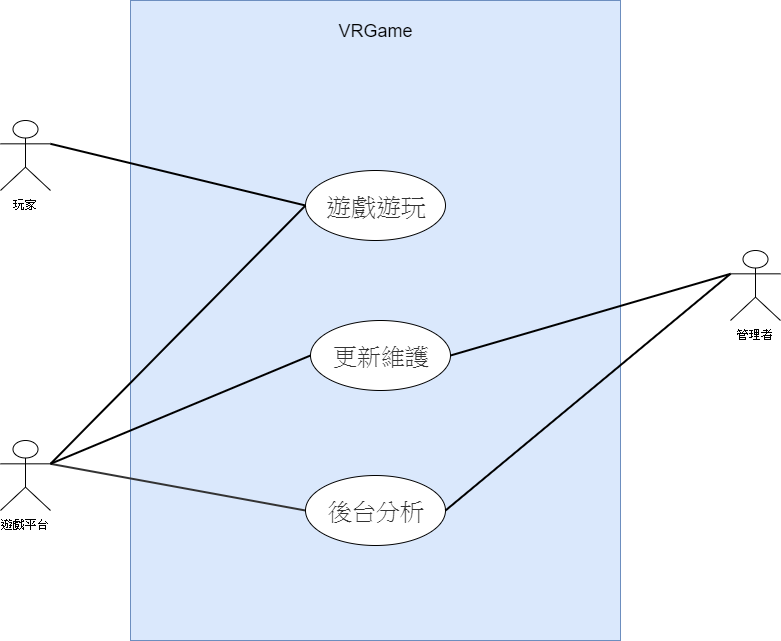
Above: 使用案例圖.png in 0624036/0624036_OO (draw.io), before the change. Source tidied: cells renumbered, new cells last; positions are measured from the earlier drawing's top-left corner, leaving out a move shared by most shapes.
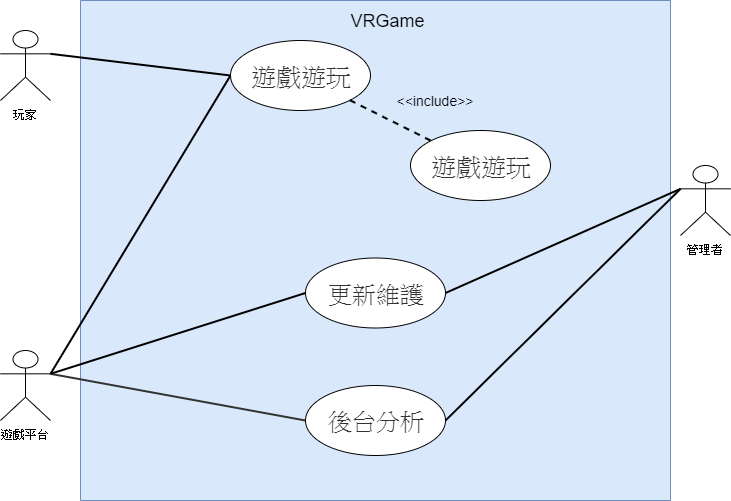
The same file after the commit.

Commit message:
All使用案例圖.png

Change to the diagram source:
```diff
@@ -2,11 +2,11 @@
   <root>
     <mxCell id="0" />
     <mxCell id="1" parent="0" />
-    <mxCell id="2" style="rounded=0;whiteSpace=wrap;html=1;fillColor=#dae8fc;strokeColor=#6c8ebf;align=center;" parent="1" vertex="1">
-      <mxGeometry x="130" width="490" height="640" as="geometry" />
+    <mxCell id="2" style="rounded=0;whiteSpace=wrap;html=1;fillColor=#dae8fc;strokeColor=#6c8ebf;align=center;direction=south;" parent="1" vertex="1">
+      <mxGeometry x="80" y="90" width="590" height="500" as="geometry" />
     </mxCell>
     <mxCell id="3" value="&lt;font style=&quot;font-size: 18px&quot;&gt;VRGame&lt;/font&gt;" style="text;html=1;strokeColor=none;fillColor=none;align=center;verticalAlign=middle;whiteSpace=wrap;rounded=0;" parent="1" vertex="1">
-      <mxGeometry x="327.5" y="20" width="95" height="20" as="geometry" />
+      <mxGeometry x="340" y="100" width="95" height="20" as="geometry" />
     </mxCell>
     <mxCell id="4" value="玩家" style="shape=umlActor;verticalLabelPosition=bottom;labelBackgroundColor=#ffffff;verticalAlign=top;html=1;" parent="1" vertex="1">
       <mxGeometry y="120" width="50" height="70" as="geometry" />
@@ -15,7 +15,7 @@
       <mxGeometry y="440" width="50" height="70" as="geometry" />
     </mxCell>
     <mxCell id="6" value="管理者" style="shape=umlActor;verticalLabelPosition=bottom;labelBackgroundColor=#ffffff;verticalAlign=top;html=1;" parent="1" vertex="1">
-      <mxGeometry x="730" y="250" width="50" height="70" as="geometry" />
+      <mxGeometry x="680" y="255" width="50" height="70" as="geometry" />
     </mxCell>
     <mxCell id="7" style="endArrow=none;html=1;fontSize=17;entryX=0;entryY=0.5;entryDx=0;entryDy=0;strokeWidth=2;exitX=1;exitY=0.3333333333333333;exitDx=0;exitDy=0;exitPerimeter=0;strokeColor=#333333;" parent="1" edge="1" source="5" target="10">
       <mxGeometry relative="1" as="geometry" />
@@ -24,13 +24,13 @@
       <mxGeometry relative="1" as="geometry" />
     </mxCell>
     <mxCell id="9" value="&lt;span style=&quot;color: rgb(51 , 51 , 51) ; font-size: 25px&quot;&gt;遊戲遊玩&lt;/span&gt;" style="ellipse;whiteSpace=wrap;html=1;" parent="1" vertex="1">
-      <mxGeometry x="305" y="170" width="140" height="70" as="geometry" />
+      <mxGeometry x="230" y="130" width="140" height="70" as="geometry" />
     </mxCell>
     <mxCell id="10" value="&lt;font color=&quot;#333333&quot;&gt;&lt;span style=&quot;font-size: 24px&quot;&gt;後台分析&lt;/span&gt;&lt;/font&gt;" style="ellipse;whiteSpace=wrap;html=1;" parent="1" vertex="1">
       <mxGeometry x="305" y="475" width="140" height="70" as="geometry" />
     </mxCell>
     <mxCell id="11" value="&lt;font color=&quot;#333333&quot;&gt;&lt;span style=&quot;font-size: 24px&quot;&gt;更新維護&lt;/span&gt;&lt;/font&gt;" style="ellipse;whiteSpace=wrap;html=1;" parent="1" vertex="1">
-      <mxGeometry x="310" y="320" width="140" height="70" as="geometry" />
+      <mxGeometry x="305" y="347.5" width="140" height="70" as="geometry" />
     </mxCell>
     <mxCell id="12" style="endArrow=none;html=1;strokeWidth=2;entryX=0;entryY=0.5;entryDx=0;entryDy=0;exitX=1;exitY=0.3333333333333333;exitDx=0;exitDy=0;exitPerimeter=0;" parent="1" edge="1" source="5" target="9">
       <mxGeometry relative="1" as="geometry" />
@@ -44,5 +44,14 @@
     <mxCell id="15" style="endArrow=none;html=1;fontSize=17;entryX=0;entryY=0.3333333333333333;entryDx=0;entryDy=0;strokeWidth=2;exitX=1;exitY=0.5;exitDx=0;exitDy=0;entryPerimeter=0;" parent="1" edge="1" source="10" target="6">
       <mxGeometry relative="1" as="geometry" />
     </mxCell>
+    <mxCell id="16" value="&lt;span style=&quot;color: rgb(51 , 51 , 51) ; font-size: 25px&quot;&gt;遊戲遊玩&lt;/span&gt;" style="ellipse;whiteSpace=wrap;html=1;" parent="1" vertex="1">
+      <mxGeometry x="410" y="220" width="140" height="70" as="geometry" />
+    </mxCell>
+    <mxCell id="17" style="endArrow=none;html=1;fontSize=17;entryX=0;entryY=0;entryDx=0;entryDy=0;strokeWidth=2;exitX=1;exitY=1;exitDx=0;exitDy=0;dashed=1;" parent="1" edge="1" source="9" target="16">
+      <mxGeometry relative="1" as="geometry" />
+    </mxCell>
+    <mxCell id="18" value="&lt;font style=&quot;font-size: 14px&quot;&gt;&amp;lt;&amp;lt;include&amp;gt;&amp;gt;&lt;/font&gt;" style="text;html=1;strokeColor=none;fillColor=none;align=center;verticalAlign=middle;whiteSpace=wrap;rounded=0;" parent="1" vertex="1">
+      <mxGeometry x="390" y="180" width="90" height="20" as="geometry" />
+    </mxCell>
   </root>
 </mxGraphModel>
```
